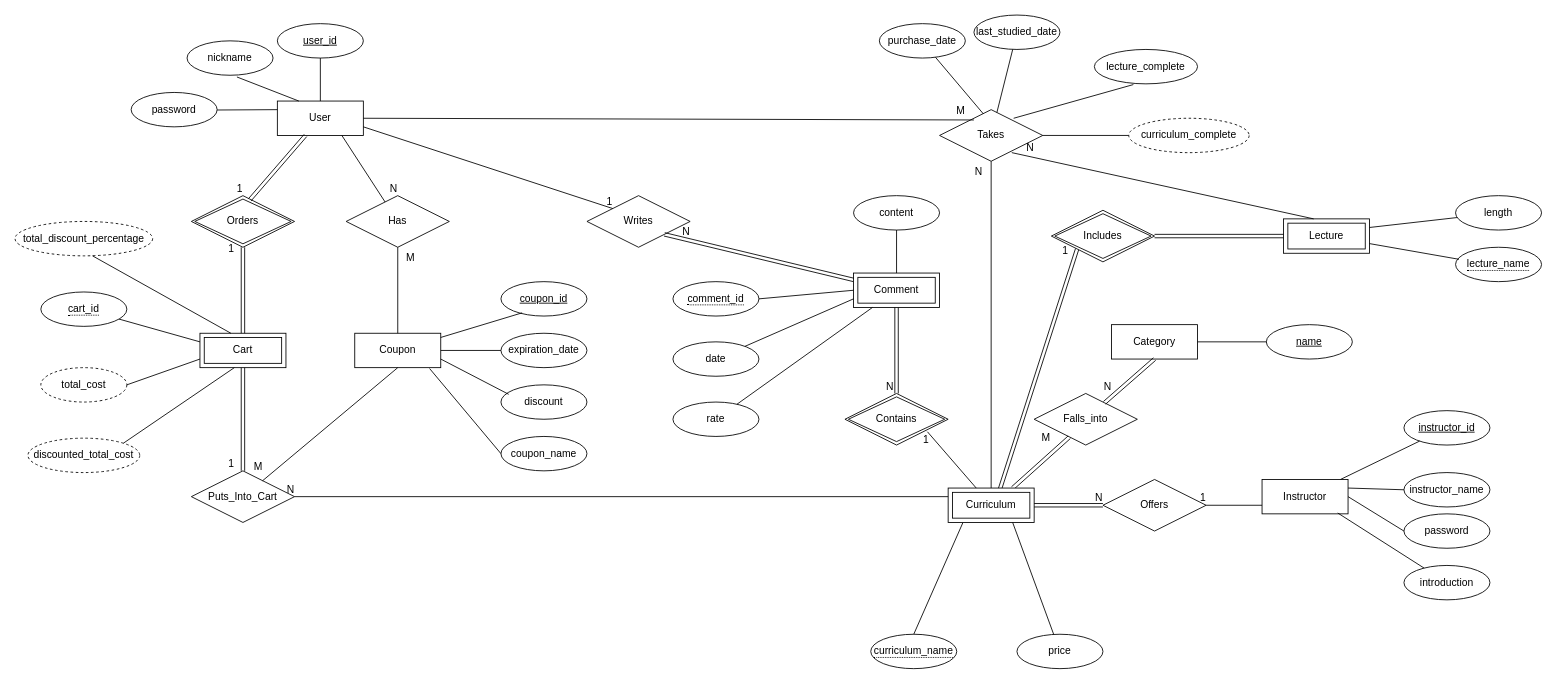
Above: ERD.drawio in sarah2234/CBNU_DatabaseSystem (draw.io), before the change. Source tidied: cells renumbered, new cells numbered last; positions are measured from the earlier drawing's top-left corner, leaving out a move shared by most shapes. Both pictures are drawn from the tidied source at 86%, with x=0, y=0 at pixel (15, 15).
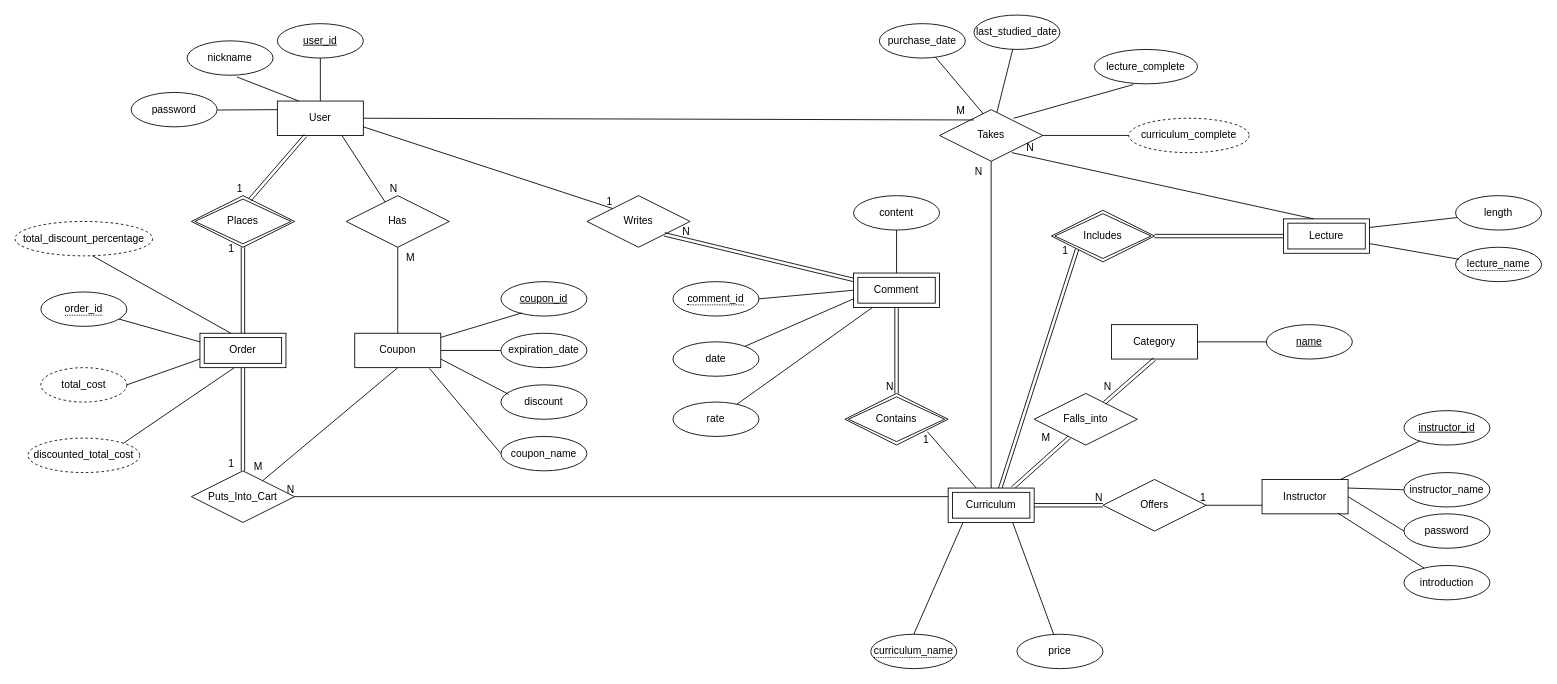
The same page after the edit.

Commit message:
fix: change Cart into Order

Change to the diagram source:
```diff
@@
-    <mxCell id="30" value="Cart" style="shape=ext;margin=3;double=1;whiteSpace=wrap;html=1;align=center;" parent="1" vertex="1">
+    <mxCell id="30" value="Order" style="shape=ext;margin=3;double=1;whiteSpace=wrap;html=1;align=center;" parent="1" vertex="1">
       <mxGeometry x="215" y="370" width="100" height="40" as="geometry" />
     </mxCell>
-    <mxCell id="31" value="Orders" style="shape=rhombus;double=1;perimeter=rhombusPerimeter;whiteSpace=wrap;html=1;align=center;" parent="1" vertex="1">
+    <mxCell id="31" value="Places" style="shape=rhombus;double=1;perimeter=rhombusPerimeter;whiteSpace=wrap;html=1;align=center;" parent="1" vertex="1">
       <mxGeometry x="205" y="210" width="120" height="60" as="geometry" />
     </mxCell>
@@
-    <mxCell id="85" value="&lt;span style=&quot;border-bottom: 1px dotted&quot;&gt;cart_id&lt;/span&gt;" style="ellipse;whiteSpace=wrap;html=1;align=center;" parent="1" vertex="1">
+    <mxCell id="85" value="&lt;span style=&quot;border-bottom: 1px dotted&quot;&gt;order_id&lt;/span&gt;" style="ellipse;whiteSpace=wrap;html=1;align=center;" parent="1" vertex="1">
       <mxGeometry x="30" y="322" width="100" height="40" as="geometry" />
     </mxCell>
```
